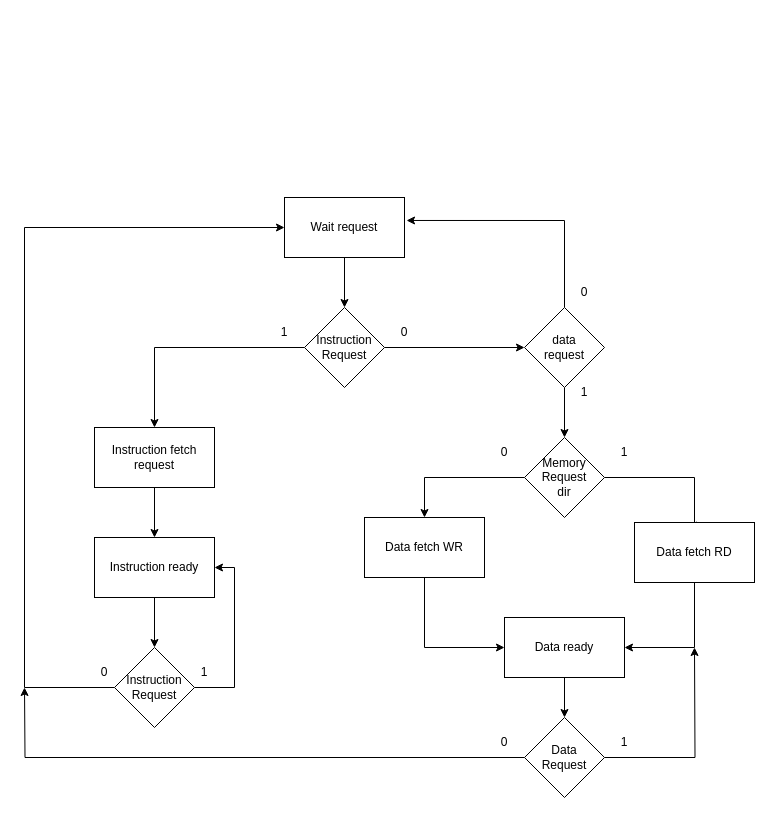
Earlier version of the draw.io diagram diagrams/memory_manager.drawio (vittorio01/CustomCPU). Source tidied: cells renumbered, new cells numbered last; positions are measured from the earlier drawing's top-left corner, leaving out a move shared by most shapes. Both pictures are drawn from the tidied source at 100%, with x=0, y=0 at pixel (24, 197).
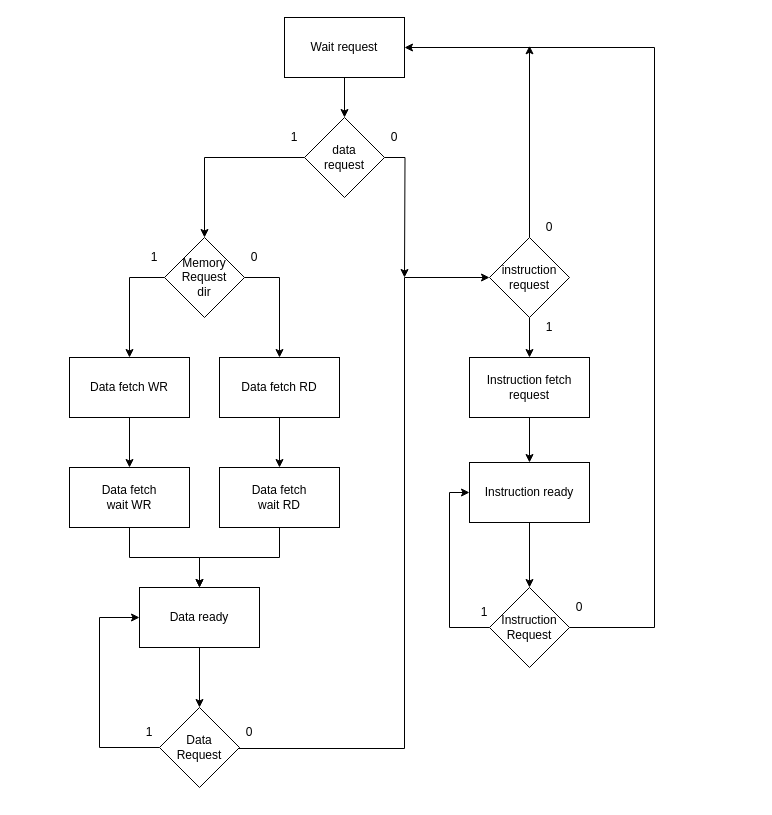
Above is the later version.

The edit, as a diff of the source:
```diff
@@
     <mxCell id="3" value="Wait request" style="rounded=0;whiteSpace=wrap;html=1;" parent="1" vertex="1">
-      <mxGeometry x="260" width="120" height="60" as="geometry" />
+      <mxGeometry x="260" y="-180" width="120" height="60" as="geometry" />
     </mxCell>
-    <mxCell id="4" style="edgeStyle=orthogonalEdgeStyle;rounded=0;jettySize=auto;html=1;entryX=0;entryY=0.5;entryDx=0;entryDy=0;" parent="1" edge="1" source="6" target="9">
-      <mxGeometry relative="1" as="geometry" />
-    </mxCell>
-    <mxCell id="5" style="edgeStyle=orthogonalEdgeStyle;rounded=0;jettySize=auto;html=1;" parent="1" edge="1" source="6" target="13">
-      <mxGeometry relative="1" as="geometry" />
-    </mxCell>
+    <mxCell id="39" style="edgeStyle=orthogonalEdgeStyle;rounded=0;jettySize=auto;html=1;" parent="1" edge="1" source="6" target="23">
+      <mxGeometry relative="1" as="geometry" />
+    </mxCell>
+    <mxCell id="40" style="edgeStyle=orthogonalEdgeStyle;rounded=0;jettySize=auto;html=1;" parent="1" edge="1" source="6">
+      <mxGeometry relative="1" as="geometry">
+        <mxPoint x="380" y="80" as="targetPoint" />
+      </mxGeometry>
+    </mxCell>
-    <mxCell id="6" value="&lt;div&gt;Instruction&lt;/div&gt;&lt;div&gt;Request&lt;br&gt;&lt;/div&gt;" style="rhombus;whiteSpace=wrap;html=1;" parent="1" vertex="1">
-      <mxGeometry x="280" y="110" width="80" height="80" as="geometry" />
+    <mxCell id="6" value="&lt;div&gt;data&lt;/div&gt;&lt;div&gt;request&lt;/div&gt;" style="rhombus;whiteSpace=wrap;html=1;" parent="1" vertex="1">
+      <mxGeometry x="280" y="-80" width="80" height="80" as="geometry" />
     </mxCell>
-    <mxCell id="7" style="edgeStyle=orthogonalEdgeStyle;rounded=0;jettySize=auto;html=1;entryX=1.017;entryY=0.383;entryDx=0;entryDy=0;entryPerimeter=0;" parent="1" edge="1" source="9" target="3">
-      <mxGeometry relative="1" as="geometry">
-        <Array as="points">
-          <mxPoint x="540" y="23" />
-        </Array>
-      </mxGeometry>
-    </mxCell>
-    <mxCell id="8" style="edgeStyle=orthogonalEdgeStyle;rounded=0;jettySize=auto;html=1;" parent="1" edge="1" source="9" target="23">
-      <mxGeometry relative="1" as="geometry" />
-    </mxCell>
-    <mxCell id="9" value="&lt;div&gt;data&lt;/div&gt;&lt;div&gt;request&lt;br&gt;&lt;/div&gt;" style="rhombus;whiteSpace=wrap;html=1;" parent="1" vertex="1">
-      <mxGeometry x="500" y="110" width="80" height="80" as="geometry" />
-    </mxCell>
-    <mxCell id="10" value="0" style="text;html=1;strokeColor=none;fillColor=none;align=center;verticalAlign=middle;whiteSpace=wrap;rounded=0;" parent="1" vertex="1">
-      <mxGeometry x="350" y="120" width="60" height="30" as="geometry" />
-    </mxCell>
-    <mxCell id="11" value="0" style="text;html=1;strokeColor=none;fillColor=none;align=center;verticalAlign=middle;whiteSpace=wrap;rounded=0;" parent="1" vertex="1">
-      <mxGeometry x="530" y="80" width="60" height="30" as="geometry" />
-    </mxCell>
@@
     <mxCell id="13" value="&lt;div&gt;Instruction fetch&lt;/div&gt;&lt;div&gt;request&lt;br&gt;&lt;/div&gt;" style="rounded=0;whiteSpace=wrap;html=1;" parent="1" vertex="1">
-      <mxGeometry x="70" y="230" width="120" height="60" as="geometry" />
+      <mxGeometry x="445" y="160" width="120" height="60" as="geometry" />
     </mxCell>
@@
     <mxCell id="15" value="&lt;div&gt;Instruction ready&lt;br&gt;&lt;/div&gt;" style="whiteSpace=wrap;html=1;rounded=0;" parent="1" vertex="1">
-      <mxGeometry x="70" y="340" width="120" height="60" as="geometry" />
+      <mxGeometry x="445" y="265" width="120" height="60" as="geometry" />
     </mxCell>
-    <mxCell id="16" style="edgeStyle=orthogonalEdgeStyle;rounded=0;jettySize=auto;html=1;entryX=0;entryY=0.5;entryDx=0;entryDy=0;" parent="1" edge="1" source="18" target="3">
-      <mxGeometry relative="1" as="geometry">
-        <Array as="points">
-          <mxPoint y="490" />
-          <mxPoint y="30" />
-        </Array>
-      </mxGeometry>
-    </mxCell>
-    <mxCell id="17" style="edgeStyle=orthogonalEdgeStyle;rounded=0;jettySize=auto;html=1;entryX=1;entryY=0.5;entryDx=0;entryDy=0;" parent="1" edge="1" source="18" target="15">
+    <mxCell id="17" style="edgeStyle=orthogonalEdgeStyle;rounded=0;jettySize=auto;html=1;" parent="1" edge="1" source="18">
       <mxGeometry relative="1" as="geometry">
+        <mxPoint x="445" y="295" as="targetPoint" />
         <Array as="points">
-          <mxPoint x="210" y="490" />
-          <mxPoint x="210" y="370" />
+          <mxPoint x="425" y="430" />
+          <mxPoint x="425" y="295" />
         </Array>
       </mxGeometry>
     </mxCell>
+    <mxCell id="41" style="edgeStyle=orthogonalEdgeStyle;rounded=0;jettySize=auto;html=1;" parent="1" edge="1" source="18">
+      <mxGeometry relative="1" as="geometry">
+        <mxPoint x="505" y="-151.7" as="targetPoint" />
+        <Array as="points">
+          <mxPoint x="630" y="430" />
+          <mxPoint x="630" y="-150" />
+          <mxPoint x="505" y="-150" />
+        </Array>
+      </mxGeometry>
+    </mxCell>
     <mxCell id="18" value="&lt;div&gt;Instruction&lt;/div&gt;&lt;div&gt;Request&lt;br&gt;&lt;/div&gt;" style="rhombus;whiteSpace=wrap;html=1;" parent="1" vertex="1">
-      <mxGeometry x="90" y="450" width="80" height="80" as="geometry" />
+      <mxGeometry x="465" y="390" width="80" height="80" as="geometry" />
     </mxCell>
-    <mxCell id="19" value="0" style="text;html=1;strokeColor=none;fillColor=none;align=center;verticalAlign=middle;whiteSpace=wrap;rounded=0;" parent="1" vertex="1">
-      <mxGeometry x="50" y="460" width="60" height="30" as="geometry" />
-    </mxCell>
     <mxCell id="20" value="1" style="text;html=1;strokeColor=none;fillColor=none;align=center;verticalAlign=middle;whiteSpace=wrap;rounded=0;" parent="1" vertex="1">
-      <mxGeometry x="150" y="460" width="60" height="30" as="geometry" />
+      <mxGeometry x="430" y="400" width="60" height="30" as="geometry" />
     </mxCell>
     <mxCell id="21" style="edgeStyle=orthogonalEdgeStyle;rounded=0;jettySize=auto;html=1;entryX=0.5;entryY=0;entryDx=0;entryDy=0;" parent="1" edge="1" source="23" target="25">
-      <mxGeometry relative="1" as="geometry" />
+      <mxGeometry relative="1" as="geometry">
+        <Array as="points">
+          <mxPoint x="105" y="80" />
+        </Array>
+      </mxGeometry>
     </mxCell>
-    <mxCell id="22" style="edgeStyle=orthogonalEdgeStyle;rounded=0;jettySize=auto;html=1;entryX=0.583;entryY=0.05;entryDx=0;entryDy=0;entryPerimeter=0;" parent="1" edge="1" source="23" target="27">
+    <mxCell id="22" style="edgeStyle=orthogonalEdgeStyle;rounded=0;jettySize=auto;html=1;" parent="1" edge="1" source="23" target="27">
       <mxGeometry relative="1" as="geometry">
         <Array as="points">
-          <mxPoint x="670" y="280" />
-          <mxPoint x="670" y="328" />
+          <mxPoint x="255" y="80" />
         </Array>
       </mxGeometry>
     </mxCell>
     <mxCell id="23" value="&lt;div&gt;Memory &lt;br&gt;&lt;/div&gt;&lt;div&gt;Request&lt;/div&gt;&lt;div&gt;dir&lt;br&gt;&lt;/div&gt;" style="rhombus;whiteSpace=wrap;html=1;" parent="1" vertex="1">
-      <mxGeometry x="500" y="240" width="80" height="80" as="geometry" />
+      <mxGeometry x="140" y="40" width="80" height="80" as="geometry" />
     </mxCell>
-    <mxCell id="24" style="edgeStyle=orthogonalEdgeStyle;rounded=0;jettySize=auto;html=1;entryX=0;entryY=0.5;entryDx=0;entryDy=0;" parent="1" edge="1" source="25" target="29">
-      <mxGeometry relative="1" as="geometry">
-        <Array as="points">
-          <mxPoint x="400" y="450" />
-        </Array>
-      </mxGeometry>
-    </mxCell>
+    <mxCell id="42" style="edgeStyle=orthogonalEdgeStyle;rounded=0;jettySize=auto;html=1;" parent="1" edge="1" source="25" target="50">
+      <mxGeometry relative="1" as="geometry" />
+    </mxCell>
     <mxCell id="25" value="Data fetch WR" style="rounded=0;whiteSpace=wrap;html=1;" parent="1" vertex="1">
-      <mxGeometry x="340" y="320" width="120" height="60" as="geometry" />
+      <mxGeometry x="45" y="160" width="120" height="60" as="geometry" />
     </mxCell>
-    <mxCell id="26" style="edgeStyle=orthogonalEdgeStyle;rounded=0;jettySize=auto;html=1;entryX=1;entryY=0.5;entryDx=0;entryDy=0;" parent="1" edge="1" source="27" target="29">
-      <mxGeometry relative="1" as="geometry">
-        <Array as="points">
-          <mxPoint x="670" y="450" />
-        </Array>
-      </mxGeometry>
-    </mxCell>
+    <mxCell id="43" style="edgeStyle=orthogonalEdgeStyle;rounded=0;jettySize=auto;html=1;" parent="1" edge="1" source="27" target="52">
+      <mxGeometry relative="1" as="geometry" />
+    </mxCell>
     <mxCell id="27" value="Data fetch RD" style="rounded=0;whiteSpace=wrap;html=1;" parent="1" vertex="1">
-      <mxGeometry x="610" y="325" width="120" height="60" as="geometry" />
+      <mxGeometry x="195" y="160" width="120" height="60" as="geometry" />
     </mxCell>
@@
     <mxCell id="29" value="Data ready" style="rounded=0;whiteSpace=wrap;html=1;" parent="1" vertex="1">
-      <mxGeometry x="480" y="420" width="120" height="60" as="geometry" />
+      <mxGeometry x="115" y="390" width="120" height="60" as="geometry" />
     </mxCell>
-    <mxCell id="30" style="edgeStyle=orthogonalEdgeStyle;rounded=0;jettySize=auto;html=1;" parent="1" edge="1" source="32">
-      <mxGeometry relative="1" as="geometry">
-        <mxPoint x="670" y="450" as="targetPoint" />
-      </mxGeometry>
-    </mxCell>
-    <mxCell id="31" style="edgeStyle=orthogonalEdgeStyle;rounded=0;jettySize=auto;html=1;" parent="1" edge="1" source="32">
-      <mxGeometry relative="1" as="geometry">
-        <mxPoint y="490" as="targetPoint" />
-      </mxGeometry>
-    </mxCell>
+    <mxCell id="44" style="edgeStyle=orthogonalEdgeStyle;rounded=0;jettySize=auto;html=1;entryX=0;entryY=0.5;entryDx=0;entryDy=0;" parent="1" edge="1" source="32" target="29">
+      <mxGeometry relative="1" as="geometry">
+        <Array as="points">
+          <mxPoint x="75" y="550" />
+          <mxPoint x="75" y="420" />
+        </Array>
+      </mxGeometry>
+    </mxCell>
+    <mxCell id="45" style="edgeStyle=orthogonalEdgeStyle;rounded=0;jettySize=auto;html=1;entryX=0;entryY=0.5;entryDx=0;entryDy=0;" parent="1" edge="1" target="48">
+      <mxGeometry relative="1" as="geometry">
+        <mxPoint x="155" y="550" as="sourcePoint" />
+        <Array as="points">
+          <mxPoint x="380" y="551" />
+          <mxPoint x="380" y="80" />
+        </Array>
+      </mxGeometry>
+    </mxCell>
     <mxCell id="32" value="&lt;div&gt;Data&lt;/div&gt;&lt;div&gt;Request&lt;br&gt;&lt;/div&gt;" style="rhombus;whiteSpace=wrap;html=1;" parent="1" vertex="1">
-      <mxGeometry x="500" y="520" width="80" height="80" as="geometry" />
+      <mxGeometry x="135" y="510" width="80" height="80" as="geometry" />
     </mxCell>
     <mxCell id="33" value="0" style="text;html=1;strokeColor=none;fillColor=none;align=center;verticalAlign=middle;whiteSpace=wrap;rounded=0;" parent="1" vertex="1">
-      <mxGeometry x="450" y="530" width="60" height="30" as="geometry" />
+      <mxGeometry x="195" y="520" width="60" height="30" as="geometry" />
     </mxCell>
     <mxCell id="34" value="1" style="text;html=1;strokeColor=none;fillColor=none;align=center;verticalAlign=middle;whiteSpace=wrap;rounded=0;" parent="1" vertex="1">
-      <mxGeometry x="570" y="530" width="60" height="30" as="geometry" />
+      <mxGeometry x="95" y="520" width="60" height="30" as="geometry" />
     </mxCell>
-    <mxCell id="35" value="0" style="text;html=1;strokeColor=none;fillColor=none;align=center;verticalAlign=middle;whiteSpace=wrap;rounded=0;" parent="1" vertex="1">
-      <mxGeometry x="450" y="240" width="60" height="30" as="geometry" />
-    </mxCell>
-    <mxCell id="36" value="1" style="text;html=1;strokeColor=none;fillColor=none;align=center;verticalAlign=middle;whiteSpace=wrap;rounded=0;" parent="1" vertex="1">
-      <mxGeometry x="570" y="240" width="60" height="30" as="geometry" />
-    </mxCell>
-    <mxCell id="37" value="1" style="text;html=1;strokeColor=none;fillColor=none;align=center;verticalAlign=middle;whiteSpace=wrap;rounded=0;" parent="1" vertex="1">
-      <mxGeometry x="530" y="180" width="60" height="30" as="geometry" />
-    </mxCell>
-    <mxCell id="38" value="1" style="text;html=1;strokeColor=none;fillColor=none;align=center;verticalAlign=middle;whiteSpace=wrap;rounded=0;" parent="1" vertex="1">
-      <mxGeometry x="230" y="120" width="60" height="30" as="geometry" />
-    </mxCell>
+    <mxCell id="46" style="edgeStyle=orthogonalEdgeStyle;rounded=0;jettySize=auto;html=1;" parent="1" edge="1" source="48" target="13">
+      <mxGeometry relative="1" as="geometry" />
+    </mxCell>
+    <mxCell id="47" style="edgeStyle=orthogonalEdgeStyle;rounded=0;jettySize=auto;html=1;" parent="1" edge="1" source="48" target="3">
+      <mxGeometry relative="1" as="geometry">
+        <Array as="points">
+          <mxPoint x="505" y="-150" />
+        </Array>
+      </mxGeometry>
+    </mxCell>
+    <mxCell id="48" value="&lt;div&gt;instruction&lt;/div&gt;&lt;div&gt;request&lt;br&gt;&lt;/div&gt;" style="rhombus;whiteSpace=wrap;html=1;" parent="1" vertex="1">
+      <mxGeometry x="465" y="40" width="80" height="80" as="geometry" />
+    </mxCell>
+    <mxCell id="49" style="edgeStyle=orthogonalEdgeStyle;rounded=0;jettySize=auto;html=1;" parent="1" edge="1" source="50" target="29">
+      <mxGeometry relative="1" as="geometry" />
+    </mxCell>
+    <mxCell id="50" value="&lt;div&gt;Data fetch&lt;/div&gt;&lt;div&gt;wait WR&lt;br&gt;&lt;/div&gt;" style="rounded=0;whiteSpace=wrap;html=1;" parent="1" vertex="1">
+      <mxGeometry x="45" y="270" width="120" height="60" as="geometry" />
+    </mxCell>
+    <mxCell id="51" style="edgeStyle=orthogonalEdgeStyle;rounded=0;jettySize=auto;html=1;" parent="1" edge="1" source="52" target="29">
+      <mxGeometry relative="1" as="geometry" />
+    </mxCell>
+    <mxCell id="52" value="&lt;div&gt;Data fetch&lt;/div&gt;&lt;div&gt;wait RD&lt;br&gt;&lt;/div&gt;" style="rounded=0;whiteSpace=wrap;html=1;" parent="1" vertex="1">
+      <mxGeometry x="195" y="270" width="120" height="60" as="geometry" />
+    </mxCell>
+    <mxCell id="53" value="1" style="text;html=1;strokeColor=none;fillColor=none;align=center;verticalAlign=middle;whiteSpace=wrap;rounded=0;" parent="1" vertex="1">
+      <mxGeometry x="260" y="-70" width="20" height="20" as="geometry" />
+    </mxCell>
+    <mxCell id="54" value="0" style="text;html=1;strokeColor=none;fillColor=none;align=center;verticalAlign=middle;whiteSpace=wrap;rounded=0;" parent="1" vertex="1">
+      <mxGeometry x="360" y="-70" width="20" height="20" as="geometry" />
+    </mxCell>
+    <mxCell id="55" value="1" style="text;html=1;strokeColor=none;fillColor=none;align=center;verticalAlign=middle;whiteSpace=wrap;rounded=0;" parent="1" vertex="1">
+      <mxGeometry x="120" y="50" width="20" height="20" as="geometry" />
+    </mxCell>
+    <mxCell id="56" value="0" style="text;html=1;strokeColor=none;fillColor=none;align=center;verticalAlign=middle;whiteSpace=wrap;rounded=0;" parent="1" vertex="1">
+      <mxGeometry x="220" y="50" width="20" height="20" as="geometry" />
+    </mxCell>
+    <mxCell id="57" value="0" style="text;html=1;strokeColor=none;fillColor=none;align=center;verticalAlign=middle;whiteSpace=wrap;rounded=0;" parent="1" vertex="1">
+      <mxGeometry x="515" y="20" width="20" height="20" as="geometry" />
+    </mxCell>
+    <mxCell id="58" value="1" style="text;html=1;strokeColor=none;fillColor=none;align=center;verticalAlign=middle;whiteSpace=wrap;rounded=0;" parent="1" vertex="1">
+      <mxGeometry x="515" y="120" width="20" height="20" as="geometry" />
+    </mxCell>
+    <mxCell id="59" value="0" style="text;html=1;strokeColor=none;fillColor=none;align=center;verticalAlign=middle;whiteSpace=wrap;rounded=0;" parent="1" vertex="1">
+      <mxGeometry x="545" y="400" width="20" height="20" as="geometry" />
+    </mxCell>
```
